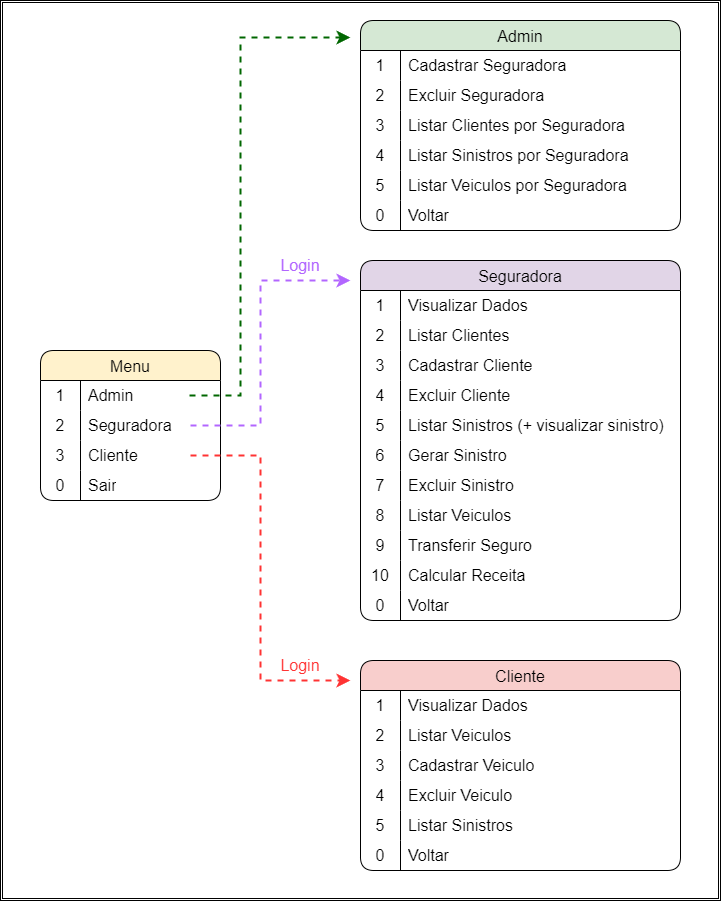
This is Lab04/images/Menu_Interativo.png from phdaccache/MC322, a draw.io export, as it was before one commit. Source tidied: cells renumbered, new cells last; positions are measured from the earlier drawing's top-left corner, leaving out a move shared by most shapes.
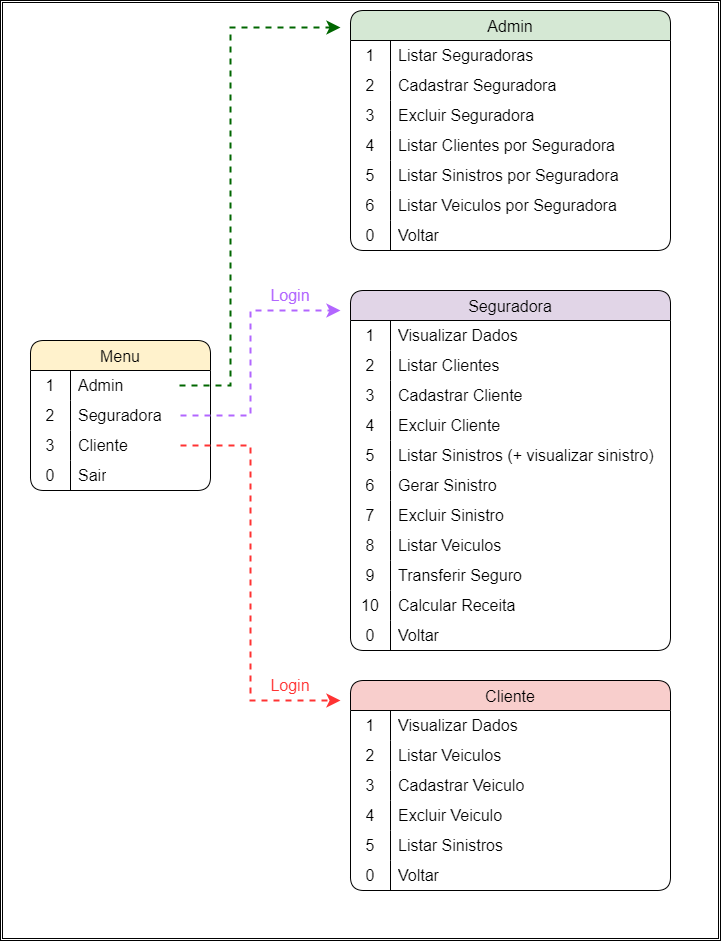
After the commit.

Commit message:
nova funcao - listar seguradoras

The edit, as a diff of the source:
```diff
@@ -2,9 +2,9 @@
   <root>
     <mxCell id="0" />
     <mxCell id="1" parent="0" />
-    <mxCell id="2" style="shape=ext;double=1;rounded=0;whiteSpace=wrap;html=1;fillColor=#FFFFFF;strokeColor=#000000;" parent="1" vertex="1">
-      <mxGeometry width="720" height="900" as="geometry" />
-    </mxCell>
+    <mxCell id="93" style="shape=ext;double=1;rounded=0;whiteSpace=wrap;html=1;fillColor=#FFFFFF;strokeColor=#000000;" parent="1" vertex="1">
+      <mxGeometry x="10" y="10" width="720" height="940" as="geometry" />
+    </mxCell>
     <mxCell id="3" value="Menu" style="shape=table;startSize=30;rowLines=0;fontStyle=0;strokeColor=default;fontSize=16;fillColor=#fff2cc;fontColor=#000000;fillStyle=auto;rounded=1;gradientColor=none;shadow=0;swimlaneFillColor=default;labelBackgroundColor=none;swimlaneLine=1;labelBorderColor=none;" parent="1" vertex="1">
       <mxGeometry x="40" y="350" width="180" height="150" as="geometry" />
     </mxCell>
@@ -45,7 +45,7 @@
       <mxGeometry x="40" width="140" height="30" as="geometry" />
     </mxCell>
     <mxCell id="16" value="Admin" style="shape=table;startSize=30;rowLines=0;fontStyle=0;strokeColor=default;fontSize=16;fillColor=#d5e8d4;fontColor=#000000;fillStyle=auto;rounded=1;gradientColor=none;shadow=0;swimlaneFillColor=default;labelBackgroundColor=none;swimlaneLine=1;" parent="1" vertex="1">
-      <mxGeometry x="360" y="20" width="320" height="210" as="geometry" />
+      <mxGeometry x="360" y="20" width="320" height="240" as="geometry" />
     </mxCell>
     <mxCell id="17" style="shape=tableRow;horizontal=0;startSize=0;swimlaneHead=0;swimlaneBody=0;top=0;left=0;bottom=0;right=0;fillColor=none;strokeColor=inherit;fontSize=16;" parent="16" vertex="1">
       <mxGeometry y="30" width="320" height="30" as="geometry" />
@@ -53,7 +53,7 @@
     <mxCell id="18" value="1" style="shape=partialRectangle;html=1;whiteSpace=wrap;fillColor=none;top=0;left=0;bottom=0;right=0;overflow=hidden;strokeColor=inherit;fontSize=16;" parent="17" vertex="1">
       <mxGeometry width="40" height="30" as="geometry" />
     </mxCell>
-    <mxCell id="19" value="Cadastrar Seguradora" style="shape=partialRectangle;html=1;whiteSpace=wrap;fillColor=none;top=0;left=0;bottom=0;right=0;align=left;spacingLeft=6;overflow=hidden;strokeColor=inherit;fontSize=16;" parent="17" vertex="1">
+    <mxCell id="19" value="Listar Seguradoras" style="shape=partialRectangle;html=1;whiteSpace=wrap;fillColor=none;top=0;left=0;bottom=0;right=0;align=left;spacingLeft=6;overflow=hidden;strokeColor=inherit;fontSize=16;" parent="17" vertex="1">
       <mxGeometry x="40" width="280" height="30" as="geometry" />
     </mxCell>
     <mxCell id="20" style="shape=tableRow;horizontal=0;startSize=0;swimlaneHead=0;swimlaneBody=0;top=0;left=0;bottom=0;right=0;fillColor=none;strokeColor=inherit;fontSize=16;" parent="16" vertex="1">
@@ -62,7 +62,7 @@
     <mxCell id="21" value="2" style="shape=partialRectangle;html=1;whiteSpace=wrap;fillColor=none;top=0;left=0;bottom=0;right=0;overflow=hidden;strokeColor=inherit;fontSize=16;" parent="20" vertex="1">
       <mxGeometry width="40" height="30" as="geometry" />
     </mxCell>
-    <mxCell id="22" value="Excluir Seguradora" style="shape=partialRectangle;html=1;whiteSpace=wrap;fillColor=none;top=0;left=0;bottom=0;right=0;align=left;spacingLeft=6;overflow=hidden;strokeColor=inherit;fontSize=16;" parent="20" vertex="1">
+    <mxCell id="22" value="Cadastrar Seguradora" style="shape=partialRectangle;html=1;whiteSpace=wrap;fillColor=none;top=0;left=0;bottom=0;right=0;align=left;spacingLeft=6;overflow=hidden;strokeColor=inherit;fontSize=16;" parent="20" vertex="1">
       <mxGeometry x="40" width="280" height="30" as="geometry" />
     </mxCell>
     <mxCell id="23" style="shape=tableRow;horizontal=0;startSize=0;swimlaneHead=0;swimlaneBody=0;top=0;left=0;bottom=0;right=0;fillColor=none;strokeColor=inherit;fontSize=16;" parent="16" vertex="1">
@@ -71,7 +71,7 @@
     <mxCell id="24" value="3" style="shape=partialRectangle;html=1;whiteSpace=wrap;fillColor=none;top=0;left=0;bottom=0;right=0;overflow=hidden;strokeColor=inherit;fontSize=16;" parent="23" vertex="1">
       <mxGeometry width="40" height="30" as="geometry" />
     </mxCell>
-    <mxCell id="25" value="Listar Clientes por Seguradora" style="shape=partialRectangle;html=1;whiteSpace=wrap;fillColor=none;top=0;left=0;bottom=0;right=0;align=left;spacingLeft=6;overflow=hidden;strokeColor=inherit;fontSize=16;" parent="23" vertex="1">
+    <mxCell id="25" value="Excluir Seguradora" style="shape=partialRectangle;html=1;whiteSpace=wrap;fillColor=none;top=0;left=0;bottom=0;right=0;align=left;spacingLeft=6;overflow=hidden;strokeColor=inherit;fontSize=16;" parent="23" vertex="1">
       <mxGeometry x="40" width="280" height="30" as="geometry" />
     </mxCell>
     <mxCell id="26" style="shape=tableRow;horizontal=0;startSize=0;swimlaneHead=0;swimlaneBody=0;top=0;left=0;bottom=0;right=0;fillColor=none;strokeColor=inherit;fontSize=16;" parent="16" vertex="1">
@@ -80,7 +80,7 @@
     <mxCell id="27" value="4" style="shape=partialRectangle;html=1;whiteSpace=wrap;fillColor=none;top=0;left=0;bottom=0;right=0;overflow=hidden;strokeColor=inherit;fontSize=16;" parent="26" vertex="1">
       <mxGeometry width="40" height="30" as="geometry" />
     </mxCell>
-    <mxCell id="28" value="Listar Sinistros por Seguradora" style="shape=partialRectangle;html=1;whiteSpace=wrap;fillColor=none;top=0;left=0;bottom=0;right=0;align=left;spacingLeft=6;overflow=hidden;strokeColor=inherit;fontSize=16;" parent="26" vertex="1">
+    <mxCell id="28" value="Listar Clientes por Seguradora" style="shape=partialRectangle;html=1;whiteSpace=wrap;fillColor=none;top=0;left=0;bottom=0;right=0;align=left;spacingLeft=6;overflow=hidden;strokeColor=inherit;fontSize=16;" parent="26" vertex="1">
       <mxGeometry x="40" width="280" height="30" as="geometry" />
     </mxCell>
     <mxCell id="29" style="shape=tableRow;horizontal=0;startSize=0;swimlaneHead=0;swimlaneBody=0;top=0;left=0;bottom=0;right=0;fillColor=none;strokeColor=inherit;fontSize=16;" parent="16" vertex="1">
@@ -89,20 +89,29 @@
     <mxCell id="30" value="5" style="shape=partialRectangle;html=1;whiteSpace=wrap;fillColor=none;top=0;left=0;bottom=0;right=0;overflow=hidden;strokeColor=inherit;fontSize=16;" parent="29" vertex="1">
       <mxGeometry width="40" height="30" as="geometry" />
     </mxCell>
-    <mxCell id="31" value="Listar Veiculos por Seguradora" style="shape=partialRectangle;html=1;whiteSpace=wrap;fillColor=none;top=0;left=0;bottom=0;right=0;align=left;spacingLeft=6;overflow=hidden;strokeColor=inherit;fontSize=16;" parent="29" vertex="1">
+    <mxCell id="31" value="Listar Sinistros por Seguradora" style="shape=partialRectangle;html=1;whiteSpace=wrap;fillColor=none;top=0;left=0;bottom=0;right=0;align=left;spacingLeft=6;overflow=hidden;strokeColor=inherit;fontSize=16;" parent="29" vertex="1">
       <mxGeometry x="40" width="280" height="30" as="geometry" />
     </mxCell>
     <mxCell id="32" style="shape=tableRow;horizontal=0;startSize=0;swimlaneHead=0;swimlaneBody=0;top=0;left=0;bottom=0;right=0;fillColor=none;strokeColor=inherit;fontSize=16;" parent="16" vertex="1">
       <mxGeometry y="180" width="320" height="30" as="geometry" />
     </mxCell>
-    <mxCell id="33" value="0" style="shape=partialRectangle;html=1;whiteSpace=wrap;fillColor=none;top=0;left=0;bottom=0;right=0;overflow=hidden;strokeColor=inherit;fontSize=16;" parent="32" vertex="1">
+    <mxCell id="33" value="6" style="shape=partialRectangle;html=1;whiteSpace=wrap;fillColor=none;top=0;left=0;bottom=0;right=0;overflow=hidden;strokeColor=inherit;fontSize=16;" parent="32" vertex="1">
       <mxGeometry width="40" height="30" as="geometry" />
     </mxCell>
-    <mxCell id="34" value="Voltar" style="shape=partialRectangle;html=1;whiteSpace=wrap;fillColor=none;top=0;left=0;bottom=0;right=0;align=left;spacingLeft=6;overflow=hidden;strokeColor=inherit;fontSize=16;" parent="32" vertex="1">
+    <mxCell id="34" value="Listar Veiculos por Seguradora" style="shape=partialRectangle;html=1;whiteSpace=wrap;fillColor=none;top=0;left=0;bottom=0;right=0;align=left;spacingLeft=6;overflow=hidden;strokeColor=inherit;fontSize=16;" parent="32" vertex="1">
       <mxGeometry x="40" width="280" height="30" as="geometry" />
     </mxCell>
+    <mxCell id="94" style="shape=tableRow;horizontal=0;startSize=0;swimlaneHead=0;swimlaneBody=0;top=0;left=0;bottom=0;right=0;fillColor=none;strokeColor=inherit;fontSize=16;" parent="16" vertex="1">
+      <mxGeometry y="210" width="320" height="30" as="geometry" />
+    </mxCell>
+    <mxCell id="95" value="0" style="shape=partialRectangle;html=1;whiteSpace=wrap;fillColor=none;top=0;left=0;bottom=0;right=0;overflow=hidden;strokeColor=inherit;fontSize=16;" parent="94" vertex="1">
+      <mxGeometry width="40" height="30" as="geometry" />
+    </mxCell>
+    <mxCell id="96" value="Voltar" style="shape=partialRectangle;html=1;whiteSpace=wrap;fillColor=none;top=0;left=0;bottom=0;right=0;align=left;spacingLeft=6;overflow=hidden;strokeColor=inherit;fontSize=16;" parent="94" vertex="1">
+      <mxGeometry x="40" width="280" height="30" as="geometry" />
+    </mxCell>
     <mxCell id="35" value="Seguradora" style="shape=table;startSize=30;rowLines=0;fontStyle=0;strokeColor=default;fontSize=16;fillColor=#e1d5e7;fontColor=#000000;fillStyle=auto;rounded=1;gradientColor=none;shadow=0;swimlaneFillColor=default;labelBackgroundColor=none;swimlaneLine=1;" parent="1" vertex="1">
-      <mxGeometry x="360" y="260" width="320" height="360" as="geometry" />
+      <mxGeometry x="360" y="300" width="320" height="360" as="geometry" />
     </mxCell>
     <mxCell id="36" style="shape=tableRow;horizontal=0;startSize=0;swimlaneHead=0;swimlaneBody=0;top=0;left=0;bottom=0;right=0;fillColor=none;strokeColor=inherit;fontSize=16;" parent="35" vertex="1">
       <mxGeometry y="30" width="320" height="30" as="geometry" />
@@ -204,7 +213,7 @@
       <mxGeometry x="40" width="280" height="30" as="geometry" />
     </mxCell>
     <mxCell id="69" value="Cliente" style="shape=table;startSize=30;rowLines=0;fontStyle=0;strokeColor=default;fontSize=16;fillColor=#f8cecc;fontColor=#000000;fillStyle=auto;rounded=1;gradientColor=none;shadow=0;swimlaneFillColor=default;labelBackgroundColor=none;swimlaneLine=1;" parent="1" vertex="1">
-      <mxGeometry x="360" y="660" width="320" height="210" as="geometry" />
+      <mxGeometry x="360" y="690" width="320" height="210" as="geometry" />
     </mxCell>
     <mxCell id="70" style="shape=tableRow;horizontal=0;startSize=0;swimlaneHead=0;swimlaneBody=0;top=0;left=0;bottom=0;right=0;fillColor=none;strokeColor=inherit;fontSize=16;" parent="69" vertex="1">
       <mxGeometry y="30" width="320" height="30" as="geometry" />
@@ -263,7 +272,7 @@
     <mxCell id="88" style="edgeStyle=elbowEdgeStyle;elbow=horizontal;endArrow=classic;html=1;curved=0;rounded=0;endSize=8;startSize=8;strokeColor=#B266FF;strokeWidth=2;dashed=1;" parent="1" edge="1">
       <mxGeometry relative="1" as="geometry">
         <mxPoint x="190" y="425" as="sourcePoint" />
-        <mxPoint x="350" y="280" as="targetPoint" />
+        <mxPoint x="350" y="320" as="targetPoint" />
         <Array as="points">
           <mxPoint x="260" y="360" />
         </Array>
@@ -281,17 +290,17 @@
     <mxCell id="90" style="edgeStyle=elbowEdgeStyle;elbow=horizontal;endArrow=classic;html=1;curved=0;rounded=0;endSize=8;startSize=8;strokeColor=#ff3333;dashed=1;strokeWidth=2;" parent="1" edge="1">
       <mxGeometry relative="1" as="geometry">
         <mxPoint x="190" y="455" as="sourcePoint" />
-        <mxPoint x="350" y="680" as="targetPoint" />
+        <mxPoint x="350" y="710" as="targetPoint" />
         <Array as="points">
           <mxPoint x="260" y="550" />
         </Array>
       </mxGeometry>
     </mxCell>
     <mxCell id="91" value="&lt;font color=&quot;#b266ff&quot; style=&quot;font-size: 16px;&quot;&gt;Login&lt;/font&gt;" style="text;strokeColor=none;align=center;fillColor=none;html=1;verticalAlign=middle;whiteSpace=wrap;rounded=0;" parent="1" vertex="1">
-      <mxGeometry x="270" y="250" width="60" height="30" as="geometry" />
+      <mxGeometry x="270" y="290" width="60" height="30" as="geometry" />
     </mxCell>
     <mxCell id="92" value="&lt;font color=&quot;#ff3333&quot; style=&quot;font-size: 16px;&quot;&gt;Login&lt;/font&gt;" style="text;strokeColor=none;align=center;fillColor=none;html=1;verticalAlign=middle;whiteSpace=wrap;rounded=0;" parent="1" vertex="1">
-      <mxGeometry x="270" y="650" width="60" height="30" as="geometry" />
+      <mxGeometry x="270" y="680" width="60" height="30" as="geometry" />
     </mxCell>
   </root>
 </mxGraphModel>
```
